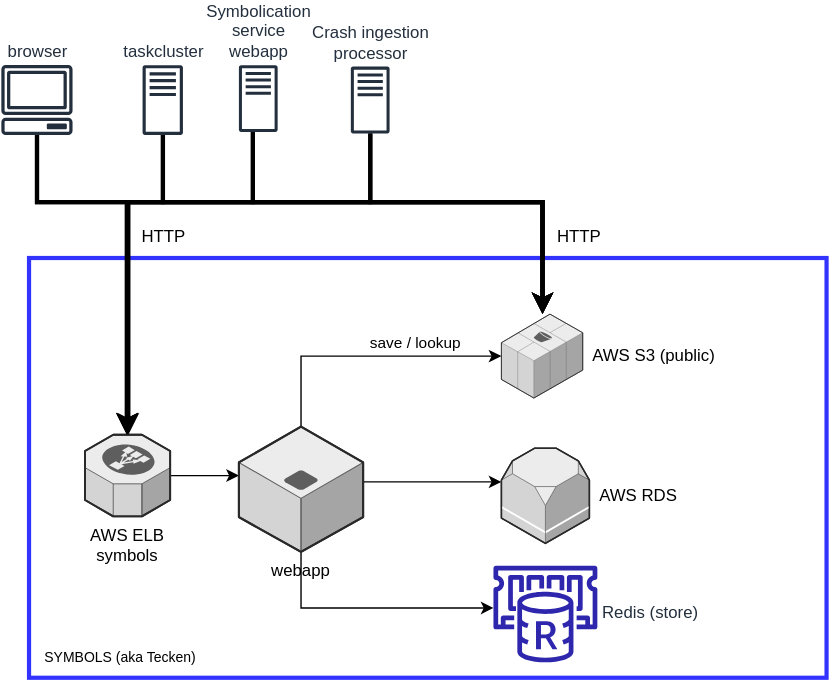
Before: docs/drawio/tecken_architecture.drawio.svg, a diagram exported from draw.io (mozilla-services/tecken). Source tidied: cells renumbered, new cells last; positions are measured from the earlier drawing's top-left corner, leaving out a move shared by most shapes.
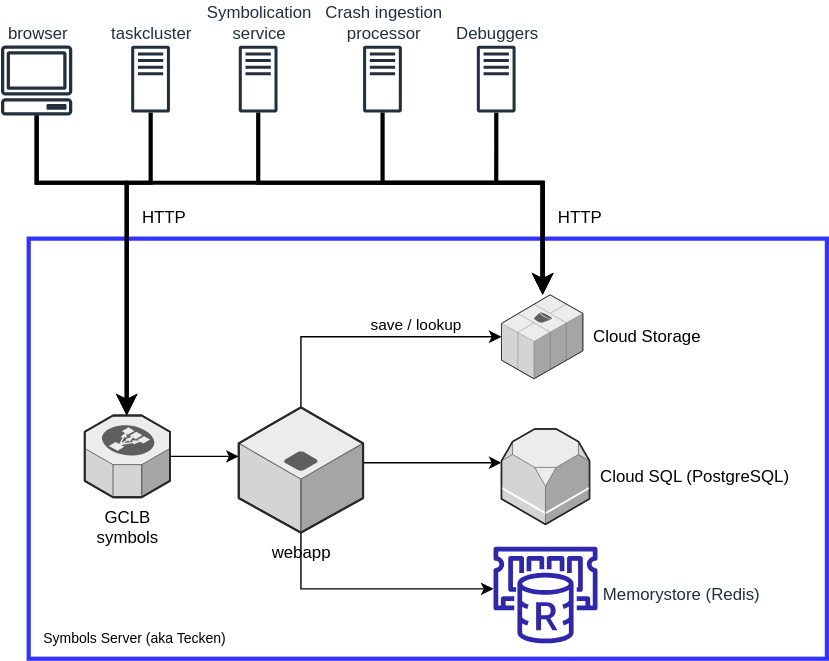
The same diagram one commit later.

Commit message:
CRINGE-42: Update architecture diagram for GCP. (#3241)

Diff of the diagram source:
```diff
@@ -11,13 +11,13 @@
     <mxCell id="4" style="edgeStyle=orthogonalEdgeStyle;rounded=0;jettySize=auto;html=1;fontSize=10;startArrow=none;startFill=0;strokeWidth=3;endArrow=classic;endFill=1;" parent="1" edge="1" source="5" target="7">
       <mxGeometry relative="1" as="geometry">
         <Array as="points">
-          <mxPoint x="116" y="98" />
+          <mxPoint x="107" y="98" />
           <mxPoint x="90" y="98" />
         </Array>
       </mxGeometry>
     </mxCell>
     <mxCell id="5" value="taskcluster" style="sketch=0;outlineConnect=0;fontColor=#232F3E;gradientColor=none;fillColor=#232F3D;strokeColor=none;dashed=0;verticalLabelPosition=top;verticalAlign=bottom;align=center;html=1;fontSize=12;fontStyle=0;shape=mxgraph.aws4.traditional_server;horizontal=1;labelPosition=center;" parent="1" vertex="1">
-      <mxGeometry x="101.2" width="28.9" height="50" as="geometry" />
+      <mxGeometry x="93.2" width="27.7" height="48" as="geometry" />
     </mxCell>
     <mxCell id="6" style="edgeStyle=orthogonalEdgeStyle;rounded=0;jettySize=auto;html=1;startArrow=none;startFill=0;" parent="1" edge="1" source="7" target="13">
       <mxGeometry relative="1" as="geometry">
@@ -27,10 +27,10 @@
         </Array>
       </mxGeometry>
     </mxCell>
-    <mxCell id="7" value="AWS ELB&lt;br&gt;symbols" style="verticalLabelPosition=bottom;html=1;verticalAlign=top;strokeWidth=1;align=center;outlineConnect=0;dashed=0;outlineConnect=0;shape=mxgraph.aws3d.elasticLoadBalancing;fillColor=#ECECEC;strokeColor=#5E5E5E;" parent="1" vertex="1">
+    <mxCell id="7" value="GCLB&lt;div&gt;symbols&lt;/div&gt;" style="verticalLabelPosition=bottom;html=1;verticalAlign=top;strokeWidth=1;align=center;outlineConnect=0;dashed=0;outlineConnect=0;shape=mxgraph.aws3d.elasticLoadBalancing;fillColor=#ECECEC;strokeColor=#5E5E5E;" parent="1" vertex="1">
       <mxGeometry x="60" y="264.2" width="60.9" height="58.3" as="geometry" />
     </mxCell>
-    <mxCell id="8" value="AWS S3 (public)" style="verticalLabelPosition=middle;html=1;verticalAlign=middle;strokeWidth=1;align=left;outlineConnect=0;dashed=0;outlineConnect=0;shape=mxgraph.aws3d.s3;fillColor=#ECECEC;strokeColor=#5E5E5E;labelPosition=right;spacingRight=0;spacingLeft=5;" parent="1" vertex="1">
+    <mxCell id="8" value="Cloud Storage" style="verticalLabelPosition=middle;html=1;verticalAlign=middle;strokeWidth=1;align=left;outlineConnect=0;dashed=0;outlineConnect=0;shape=mxgraph.aws3d.s3;fillColor=#ECECEC;strokeColor=#5E5E5E;labelPosition=right;spacingRight=0;spacingLeft=5;" parent="1" vertex="1">
       <mxGeometry x="357.6" y="178" width="58.1" height="60" as="geometry" />
     </mxCell>
     <mxCell id="9" style="edgeStyle=orthogonalEdgeStyle;rounded=0;jettySize=auto;html=1;startArrow=none;startFill=0;" parent="1" edge="1" source="13" target="8">
@@ -63,22 +63,14 @@
     <mxCell id="13" value="webapp" style="verticalLabelPosition=bottom;html=1;verticalAlign=top;strokeWidth=1;align=center;outlineConnect=0;dashed=0;outlineConnect=0;shape=mxgraph.aws3d.application_server;fillColor=#ECECEC;strokeColor=#5E5E5E;" parent="1" vertex="1">
       <mxGeometry x="170" y="258.4" width="88.8" height="89.5" as="geometry" />
     </mxCell>
-    <mxCell id="14" value="AWS RDS" style="verticalLabelPosition=middle;html=1;verticalAlign=middle;strokeWidth=1;align=left;outlineConnect=0;dashed=0;outlineConnect=0;shape=mxgraph.aws3d.rds;fillColor=#ECECEC;strokeColor=#5E5E5E;labelPosition=right;spacingLeft=5;" parent="1" vertex="1">
+    <mxCell id="14" value="Cloud SQL (PostgreSQL)" style="verticalLabelPosition=middle;html=1;verticalAlign=middle;strokeWidth=1;align=left;outlineConnect=0;dashed=0;outlineConnect=0;shape=mxgraph.aws3d.rds;fillColor=#ECECEC;strokeColor=#5E5E5E;labelPosition=right;spacingLeft=5;" parent="1" vertex="1">
       <mxGeometry x="357.6" y="273.9" width="62.9" height="68" as="geometry" />
     </mxCell>
-    <mxCell id="15" value="Redis (store)" style="sketch=0;outlineConnect=0;fontColor=#232F3E;gradientColor=none;fillColor=#2E27AD;strokeColor=none;dashed=0;verticalLabelPosition=middle;verticalAlign=middle;align=left;html=1;fontSize=12;fontStyle=0;shape=mxgraph.aws4.elasticache_for_redis;labelPosition=right;" parent="1" vertex="1">
+    <mxCell id="15" value="Memorystore (Redis)" style="sketch=0;outlineConnect=0;fontColor=#232F3E;gradientColor=none;fillColor=#2E27AD;strokeColor=none;dashed=0;verticalLabelPosition=middle;verticalAlign=middle;align=left;html=1;fontSize=12;fontStyle=0;shape=mxgraph.aws4.elasticache_for_redis;labelPosition=right;" parent="1" vertex="1">
       <mxGeometry x="350.1" y="357.9" width="78" height="69" as="geometry" />
     </mxCell>
-    <mxCell id="16" style="edgeStyle=orthogonalEdgeStyle;rounded=0;jettySize=auto;html=1;startArrow=none;startFill=0;strokeWidth=3;" parent="1" edge="1" source="21" target="7">
-      <mxGeometry relative="1" as="geometry">
-        <Array as="points">
-          <mxPoint x="180" y="98" />
-          <mxPoint x="90" y="98" />
-        </Array>
-      </mxGeometry>
-    </mxCell>
     <mxCell id="17" value="&lt;div&gt;Crash ingestion&lt;br&gt;&lt;/div&gt;&lt;div&gt;processor&lt;/div&gt;" style="sketch=0;outlineConnect=0;fontColor=#232F3E;gradientColor=none;fillColor=#232F3D;strokeColor=none;dashed=0;verticalLabelPosition=top;verticalAlign=bottom;align=center;html=1;fontSize=12;fontStyle=0;shape=mxgraph.aws4.traditional_server;horizontal=1;labelPosition=center;" parent="1" vertex="1">
-      <mxGeometry x="250" y="1" width="27.7" height="48" as="geometry" />
+      <mxGeometry x="258.8" width="27.7" height="48" as="geometry" />
     </mxCell>
     <mxCell id="18" style="edgeStyle=orthogonalEdgeStyle;rounded=0;jettySize=auto;html=1;startArrow=none;startFill=0;strokeWidth=3;" parent="1" edge="1" source="3" target="7">
       <mxGeometry relative="1" as="geometry">
@@ -93,24 +85,16 @@
         <mxPoint x="140" y="573" as="targetPoint" />
       </mxGeometry>
     </mxCell>
-    <mxCell id="20" value="SYMBOLS (aka Tecken)" style="text;html=1;align=center;verticalAlign=middle;fillColor=none;strokeColor=none;rounded=0;labelBackgroundColor=none;fontSize=10;" parent="1" vertex="1">
-      <mxGeometry x="20" y="407.9" width="130" height="30" as="geometry" />
+    <mxCell id="20" value="Symbols Server (aka Tecken)" style="text;html=1;align=center;verticalAlign=middle;fillColor=none;strokeColor=none;rounded=0;labelBackgroundColor=none;fontSize=10;" parent="1" vertex="1">
+      <mxGeometry x="20" y="407.9" width="150" height="30" as="geometry" />
     </mxCell>
-    <mxCell id="21" value="&lt;div&gt;Symbolication&lt;br&gt;&lt;/div&gt;&lt;div&gt;service&lt;/div&gt;&lt;div&gt;webapp&lt;br&gt;&lt;/div&gt;" style="sketch=0;outlineConnect=0;fontColor=#232F3E;gradientColor=none;fillColor=#232F3D;strokeColor=none;dashed=0;verticalLabelPosition=top;verticalAlign=bottom;align=center;html=1;fontSize=12;fontStyle=0;shape=mxgraph.aws4.traditional_server;horizontal=1;labelPosition=center;" parent="1" vertex="1">
+    <mxCell id="21" value="&lt;div&gt;Symbolication&lt;br&gt;&lt;/div&gt;&lt;div&gt;service&lt;/div&gt;" style="sketch=0;outlineConnect=0;fontColor=#232F3E;gradientColor=none;fillColor=#232F3D;strokeColor=none;dashed=0;verticalLabelPosition=top;verticalAlign=bottom;align=center;html=1;fontSize=12;fontStyle=0;shape=mxgraph.aws4.traditional_server;horizontal=1;labelPosition=center;" parent="1" vertex="1">
       <mxGeometry x="170" width="27.7" height="48" as="geometry" />
     </mxCell>
-    <mxCell id="22" style="edgeStyle=orthogonalEdgeStyle;rounded=0;jettySize=auto;html=1;startArrow=none;startFill=0;strokeWidth=3;" parent="1" edge="1" source="17" target="7">
-      <mxGeometry relative="1" as="geometry">
-        <Array as="points">
-          <mxPoint x="264" y="98" />
-          <mxPoint x="91" y="98" />
-        </Array>
-      </mxGeometry>
-    </mxCell>
     <mxCell id="23" style="edgeStyle=orthogonalEdgeStyle;rounded=0;jettySize=auto;html=1;startArrow=none;startFill=0;strokeWidth=3;" parent="1" edge="1" source="17" target="8">
       <mxGeometry relative="1" as="geometry">
         <Array as="points">
-          <mxPoint x="264" y="98" />
+          <mxPoint x="273" y="98" />
           <mxPoint x="387" y="98" />
         </Array>
       </mxGeometry>
@@ -118,19 +102,11 @@
     <mxCell id="24" style="edgeStyle=orthogonalEdgeStyle;rounded=0;jettySize=auto;html=1;startArrow=none;startFill=0;strokeWidth=3;" parent="1" edge="1" source="21" target="8">
       <mxGeometry relative="1" as="geometry">
         <Array as="points">
-          <mxPoint x="180" y="98" />
+          <mxPoint x="184" y="98" />
           <mxPoint x="387" y="98" />
         </Array>
       </mxGeometry>
     </mxCell>
-    <mxCell id="25" style="edgeStyle=orthogonalEdgeStyle;rounded=0;jettySize=auto;html=1;startArrow=none;startFill=0;strokeWidth=3;" parent="1" edge="1" source="5" target="8">
-      <mxGeometry relative="1" as="geometry">
-        <Array as="points">
-          <mxPoint x="116" y="98" />
-          <mxPoint x="387" y="98" />
-        </Array>
-      </mxGeometry>
-    </mxCell>
     <mxCell id="26" style="edgeStyle=orthogonalEdgeStyle;rounded=0;jettySize=auto;html=1;startArrow=none;startFill=0;strokeWidth=3;" parent="1" edge="1" source="3" target="8">
       <mxGeometry relative="1" as="geometry">
         <Array as="points">
@@ -145,5 +121,13 @@
     <mxCell id="28" value="&lt;div&gt;HTTP&lt;/div&gt;" style="text;html=1;align=center;verticalAlign=middle;strokeColor=none;fillColor=none;" parent="1" vertex="1">
       <mxGeometry x="90.6" y="108" width="50" height="30" as="geometry" />
     </mxCell>
+    <mxCell id="29" style="edgeStyle=orthogonalEdgeStyle;rounded=0;jettySize=auto;html=1;strokeWidth=3;endArrow=none;endFill=0;" parent="1" edge="1" source="30">
+      <mxGeometry relative="1" as="geometry">
+        <mxPoint x="353.8" y="98" as="targetPoint" />
+      </mxGeometry>
+    </mxCell>
+    <mxCell id="30" value="&lt;div&gt;Debuggers&lt;/div&gt;" style="sketch=0;outlineConnect=0;fontColor=#232F3E;gradientColor=none;fillColor=#232F3D;strokeColor=none;dashed=0;verticalLabelPosition=top;verticalAlign=bottom;align=center;html=1;fontSize=12;fontStyle=0;shape=mxgraph.aws4.traditional_server;horizontal=1;labelPosition=center;" parent="1" vertex="1">
+      <mxGeometry x="340" width="27.7" height="48" as="geometry" />
+    </mxCell>
   </root>
 </mxGraphModel>
```
